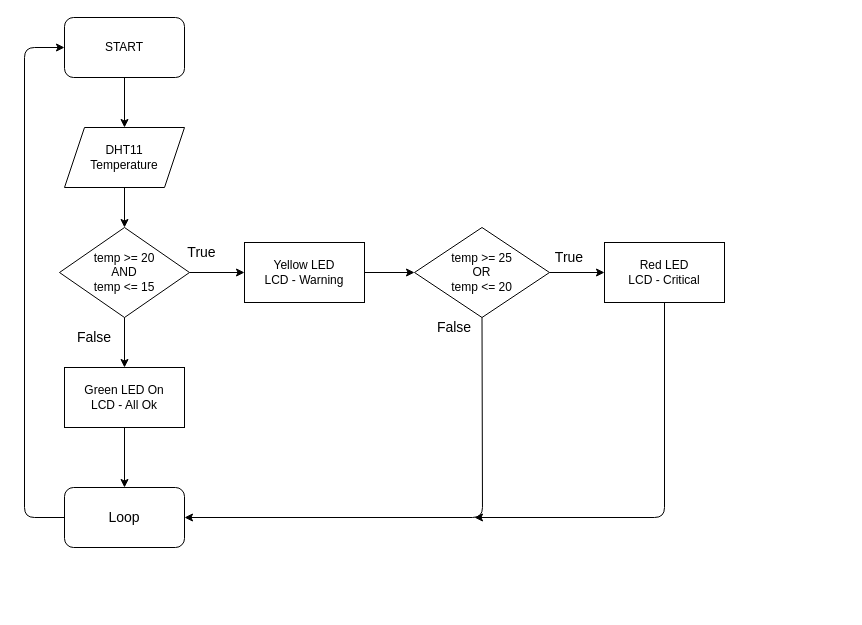
Earlier version of the draw.io diagram Untitled Diagram.drawio (Systemad/arduino-project). Source tidied: cells renumbered, new cells numbered last; positions are measured from the earlier drawing's top-left corner, leaving out a move shared by most shapes. Both pictures are drawn from the tidied source at 100%, with x=0, y=0 at pixel (24, 17).
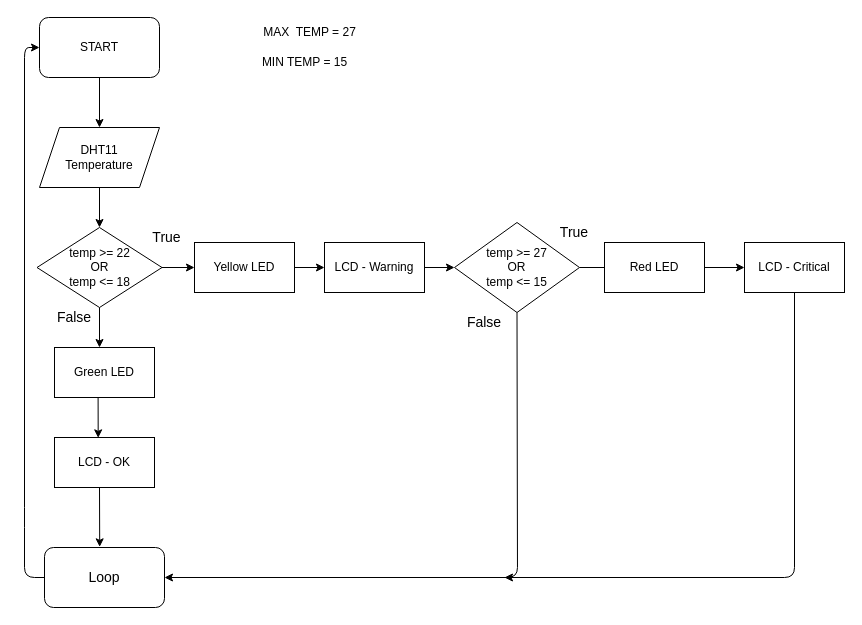
After the change.

The edit, as a diff of the source:
```diff
@@
     <mxCell id="2" value="START" style="rounded=1;whiteSpace=wrap;html=1;" parent="1" vertex="1">
-      <mxGeometry x="40" width="120" height="60" as="geometry" />
+      <mxGeometry x="15" width="120" height="60" as="geometry" />
     </mxCell>
     <mxCell id="3" value="DHT11&lt;br&gt;Temperature" style="shape=parallelogram;perimeter=parallelogramPerimeter;whiteSpace=wrap;html=1;fixedSize=1;" parent="1" vertex="1">
-      <mxGeometry x="40" y="110" width="120" height="60" as="geometry" />
+      <mxGeometry x="15" y="110" width="120" height="60" as="geometry" />
     </mxCell>
@@
-    <mxCell id="5" value="temp &amp;gt;= 20&lt;br&gt;AND&lt;br&gt;temp &amp;lt;= 15" style="rhombus;whiteSpace=wrap;html=1;" parent="1" vertex="1">
-      <mxGeometry x="35" y="210" width="130" height="90" as="geometry" />
+    <mxCell id="5" value="temp &amp;gt;= 22&lt;br&gt;OR&lt;br&gt;temp &amp;lt;= 18" style="rhombus;whiteSpace=wrap;html=1;" parent="1" vertex="1">
+      <mxGeometry x="12.5" y="210" width="125" height="80" as="geometry" />
     </mxCell>
@@
-    <mxCell id="7" style="endArrow=classic;html=1;exitX=0.5;exitY=1;exitDx=0;exitDy=0;entryX=0.5;entryY=0;entryDx=0;entryDy=0;" parent="1" edge="1" source="5" target="8">
-      <mxGeometry relative="1" as="geometry" />
+    <mxCell id="7" style="endArrow=classic;html=1;exitX=0.5;exitY=1;exitDx=0;exitDy=0;entryX=0.5;entryY=0;entryDx=0;entryDy=0;" parent="1" edge="1" source="5">
+      <mxGeometry relative="1" as="geometry">
+        <mxPoint x="75" y="330" as="targetPoint" />
+      </mxGeometry>
     </mxCell>
-    <mxCell id="8" value="Green LED On&lt;br&gt;LCD - All Ok" style="rounded=0;whiteSpace=wrap;html=1;" parent="1" vertex="1">
-      <mxGeometry x="40" y="350" width="120" height="60" as="geometry" />
-    </mxCell>
     <mxCell id="9" value="&lt;font style=&quot;font-size: 14px&quot;&gt;True&lt;/font&gt;" style="text;html=1;strokeColor=none;fillColor=none;align=center;verticalAlign=middle;whiteSpace=wrap;rounded=0;" parent="1" vertex="1">
-      <mxGeometry x="150" y="220" width="55" height="30" as="geometry" />
+      <mxGeometry x="115" y="205" width="55" height="30" as="geometry" />
     </mxCell>
     <mxCell id="10" value="&lt;font style=&quot;font-size: 14px&quot;&gt;False&lt;/font&gt;" style="text;html=1;strokeColor=none;fillColor=none;align=center;verticalAlign=middle;whiteSpace=wrap;rounded=0;" parent="1" vertex="1">
-      <mxGeometry x="50" y="310" width="40" height="20" as="geometry" />
+      <mxGeometry x="30" y="290" width="40" height="20" as="geometry" />
     </mxCell>
-    <mxCell id="11" value="Yellow LED&lt;br&gt;LCD - Warning" style="rounded=0;whiteSpace=wrap;html=1;" parent="1" vertex="1">
-      <mxGeometry x="220" y="225" width="120" height="60" as="geometry" />
+    <mxCell id="11" value="Yellow LED&lt;br&gt;" style="rounded=0;whiteSpace=wrap;html=1;" parent="1" vertex="1">
+      <mxGeometry x="170" y="225" width="100" height="50" as="geometry" />
     </mxCell>
-    <mxCell id="12" value="&lt;span&gt;temp &amp;gt;= 25&lt;/span&gt;&lt;br&gt;&lt;span&gt;OR&lt;/span&gt;&lt;br&gt;&lt;span&gt;temp &amp;lt;= 20&lt;/span&gt;" style="rhombus;whiteSpace=wrap;html=1;" parent="1" vertex="1">
-      <mxGeometry x="390" y="210" width="135" height="90" as="geometry" />
+    <mxCell id="12" value="&lt;span&gt;temp &amp;gt;= 27&lt;/span&gt;&lt;br&gt;&lt;span&gt;OR&lt;/span&gt;&lt;br&gt;&lt;span&gt;temp &amp;lt;= 15&lt;/span&gt;" style="rhombus;whiteSpace=wrap;html=1;" parent="1" vertex="1">
+      <mxGeometry x="430" y="205" width="125" height="90" as="geometry" />
     </mxCell>
-    <mxCell id="13" value="Red LED&lt;br&gt;LCD - Critical" style="rounded=0;whiteSpace=wrap;html=1;" parent="1" vertex="1">
-      <mxGeometry x="580" y="225" width="120" height="60" as="geometry" />
-    </mxCell>
     <mxCell id="14" value="&lt;font style=&quot;font-size: 14px&quot;&gt;Loop&lt;/font&gt;" style="rounded=1;whiteSpace=wrap;html=1;" parent="1" vertex="1">
-      <mxGeometry x="40" y="470" width="120" height="60" as="geometry" />
+      <mxGeometry x="20" y="530" width="120" height="60" as="geometry" />
     </mxCell>
-    <mxCell id="15" style="endArrow=classic;html=1;entryX=0.5;entryY=0;entryDx=0;entryDy=0;exitX=0.5;exitY=1;exitDx=0;exitDy=0;" parent="1" edge="1" source="8" target="14">
-      <mxGeometry relative="1" as="geometry" />
-    </mxCell>
     <mxCell id="16" style="endArrow=classic;html=1;exitX=0;exitY=0.5;exitDx=0;exitDy=0;entryX=0;entryY=0.5;entryDx=0;entryDy=0;" parent="1" edge="1" source="14" target="2">
       <mxGeometry relative="1" as="geometry">
         <Array as="points">
+          <mxPoint y="560" />
           <mxPoint y="500" />
           <mxPoint y="30" />
         </Array>
       </mxGeometry>
     </mxCell>
-    <mxCell id="17" style="endArrow=classic;html=1;entryX=0;entryY=0.5;entryDx=0;entryDy=0;" parent="1" edge="1" source="11" target="12">
-      <mxGeometry relative="1" as="geometry" />
-    </mxCell>
-    <mxCell id="18" style="endArrow=classic;html=1;exitX=1;exitY=0.5;exitDx=0;exitDy=0;entryX=0;entryY=0.5;entryDx=0;entryDy=0;" parent="1" edge="1" source="12" target="13">
-      <mxGeometry relative="1" as="geometry" />
-    </mxCell>
     <mxCell id="19" value="&lt;font style=&quot;font-size: 14px&quot;&gt;False&lt;/font&gt;" style="text;html=1;strokeColor=none;fillColor=none;align=center;verticalAlign=middle;whiteSpace=wrap;rounded=0;" parent="1" vertex="1">
-      <mxGeometry x="410" y="300" width="40" height="20" as="geometry" />
+      <mxGeometry x="440" y="295" width="40" height="20" as="geometry" />
     </mxCell>
     <mxCell id="20" style="endArrow=classic;html=1;exitX=0.5;exitY=1;exitDx=0;exitDy=0;entryX=1;entryY=0.5;entryDx=0;entryDy=0;" parent="1" edge="1" source="12" target="14">
       <mxGeometry relative="1" as="geometry">
         <Array as="points">
-          <mxPoint x="458" y="500" />
+          <mxPoint x="493" y="560" />
         </Array>
       </mxGeometry>
     </mxCell>
     <mxCell id="21" value="&lt;font style=&quot;font-size: 14px&quot;&gt;True&lt;/font&gt;" style="text;html=1;strokeColor=none;fillColor=none;align=center;verticalAlign=middle;whiteSpace=wrap;rounded=0;" parent="1" vertex="1">
-      <mxGeometry x="525" y="230" width="40" height="20" as="geometry" />
+      <mxGeometry x="530" y="205" width="40" height="20" as="geometry" />
     </mxCell>
-    <mxCell id="22" style="endArrow=classic;html=1;exitX=1;exitY=0.5;exitDx=0;exitDy=0;" parent="1" edge="1" source="5">
-      <mxGeometry relative="1" as="geometry">
-        <mxPoint x="220" y="255" as="targetPoint" />
-      </mxGeometry>
-    </mxCell>
-    <mxCell id="23" style="endArrow=classic;html=1;exitX=0.5;exitY=1;exitDx=0;exitDy=0;" parent="1" edge="1" source="13">
+    <mxCell id="23" style="endArrow=classic;html=1;exitX=0.5;exitY=1;exitDx=0;exitDy=0;" parent="1" edge="1" source="32">
       <mxGeometry relative="1" as="geometry">
-        <mxPoint x="450" y="500" as="targetPoint" />
+        <mxPoint x="480" y="560" as="targetPoint" />
         <Array as="points">
-          <mxPoint x="640" y="500" />
+          <mxPoint x="770" y="560" />
         </Array>
       </mxGeometry>
     </mxCell>
+    <mxCell id="24" value="MAX&amp;nbsp; TEMP = 27" style="text;html=1;align=center;verticalAlign=middle;" parent="1" vertex="1">
+      <mxGeometry x="230" y="5" width="110" height="20" as="geometry" />
+    </mxCell>
+    <mxCell id="25" value="MIN TEMP = 15" style="text;html=1;align=center;verticalAlign=middle;" parent="1" vertex="1">
+      <mxGeometry x="230" y="35" width="100" height="20" as="geometry" />
+    </mxCell>
+    <mxCell id="26" style="endArrow=classic;html=1;exitX=0.436;exitY=0.986;exitDx=0;exitDy=0;entryX=0.437;entryY=0.007;entryDx=0;entryDy=0;exitPerimeter=0;entryPerimeter=0;" parent="1" edge="1" source="36" target="37">
+      <mxGeometry relative="1" as="geometry" />
+    </mxCell>
+    <mxCell id="27" style="endArrow=classic;html=1;exitX=1;exitY=0.5;exitDx=0;exitDy=0;" parent="1" edge="1" source="12">
+      <mxGeometry relative="1" as="geometry">
+        <mxPoint x="590" y="250" as="targetPoint" />
+      </mxGeometry>
+    </mxCell>
+    <mxCell id="28" style="endArrow=classic;html=1;entryX=0;entryY=0.5;entryDx=0;entryDy=0;exitX=1;exitY=0.5;exitDx=0;exitDy=0;" parent="1" edge="1" source="31" target="32">
+      <mxGeometry relative="1" as="geometry" />
+    </mxCell>
+    <mxCell id="29" style="endArrow=classic;html=1;entryX=0.46;entryY=-0.011;entryDx=0;entryDy=0;entryPerimeter=0;" parent="1" edge="1" target="14">
+      <mxGeometry relative="1" as="geometry">
+        <mxPoint x="75" y="470" as="sourcePoint" />
+      </mxGeometry>
+    </mxCell>
+    <mxCell id="30" value="LCD - Warning" style="rounded=0;whiteSpace=wrap;html=1;" parent="1" vertex="1">
+      <mxGeometry x="300" y="225" width="100" height="50" as="geometry" />
+    </mxCell>
+    <mxCell id="31" value="Red LED" style="rounded=0;whiteSpace=wrap;html=1;" parent="1" vertex="1">
+      <mxGeometry x="580" y="225" width="100" height="50" as="geometry" />
+    </mxCell>
+    <mxCell id="32" value="LCD - Critical" style="rounded=0;whiteSpace=wrap;html=1;" parent="1" vertex="1">
+      <mxGeometry x="720" y="225" width="100" height="50" as="geometry" />
+    </mxCell>
+    <mxCell id="33" style="endArrow=classic;html=1;exitX=1;exitY=0.5;exitDx=0;exitDy=0;entryX=0;entryY=0.5;entryDx=0;entryDy=0;" parent="1" edge="1" source="5" target="11">
+      <mxGeometry relative="1" as="geometry" />
+    </mxCell>
+    <mxCell id="34" style="endArrow=classic;html=1;exitX=1;exitY=0.5;exitDx=0;exitDy=0;" parent="1" edge="1" source="11">
+      <mxGeometry relative="1" as="geometry">
+        <mxPoint x="300" y="250" as="targetPoint" />
+      </mxGeometry>
+    </mxCell>
+    <mxCell id="35" style="endArrow=classic;html=1;exitX=1;exitY=0.5;exitDx=0;exitDy=0;" parent="1" edge="1" source="30" target="12">
+      <mxGeometry relative="1" as="geometry" />
+    </mxCell>
+    <mxCell id="36" value="Green LED" style="rounded=0;whiteSpace=wrap;html=1;" parent="1" vertex="1">
+      <mxGeometry x="30" y="330" width="100" height="50" as="geometry" />
+    </mxCell>
+    <mxCell id="37" value="LCD - OK" style="rounded=0;whiteSpace=wrap;html=1;" parent="1" vertex="1">
+      <mxGeometry x="30" y="420" width="100" height="50" as="geometry" />
+    </mxCell>
```
